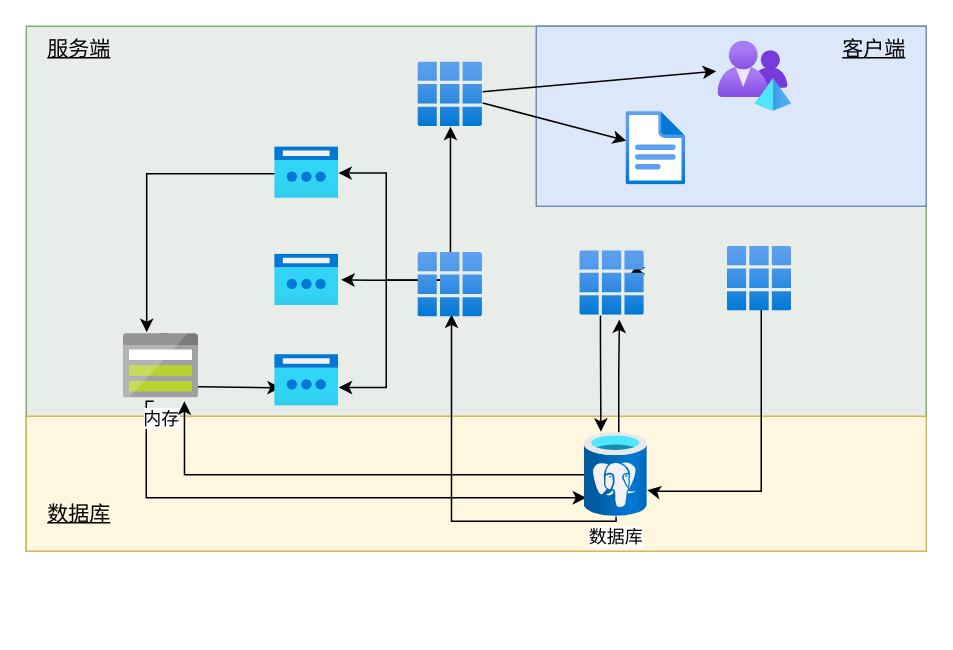
Earlier version of the draw.io diagram page "整体架构模块" (2 of 5) of 模块架构.drawio (newTechToX/cross_chain). Source tidied: cells renumbered, new cells numbered last; positions are measured from the earlier drawing's top-left corner, leaving out a move shared by most shapes. Both pictures are drawn from the tidied source at 150%, with x=0, y=0 at pixel (26, 26).
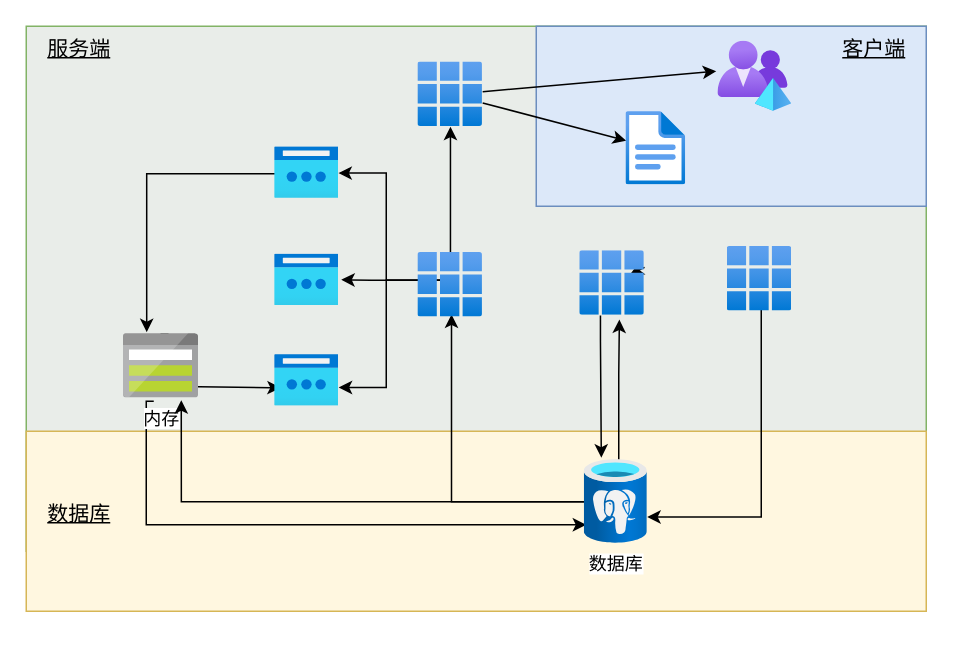
The same page after the edit.

Unchanged cells that the change refers to:
```xml
<mxCell id="11" value="内存" style="html=1;perimeter=none;align=center;shadow=0;dashed=0;image;fontSize=12;image=img/lib/mscae/Storage.svg;" parent="1" vertex="1">
  <mxGeometry x="65" y="205" width="50" height="43" as="geometry" />
</mxCell>
<mxCell id="28" style="html=1;points=[];align=center;image;fontSize=12;image=img/lib/azure2/intune/Client_Apps.svg;fillColor=#dce8f9;gradientColor=none;gradientDirection=radial;" parent="1" vertex="1">
  <mxGeometry x="369.2" y="149.8" width="43" height="43" as="geometry" />
</mxCell>
<mxCell id="29" style="html=1;points=[];align=center;image;fontSize=12;image=img/lib/azure2/intune/Client_Apps.svg;fillColor=#dce8f9;gradientColor=none;gradientDirection=radial;" parent="1" vertex="1">
  <mxGeometry x="467.5" y="147" width="43" height="43" as="geometry" />
</mxCell>
```

Change to the diagram source:
```diff
@@
     <mxCell id="3" style="rounded=1;whiteSpace=wrap;html=1;gradientDirection=radial;fillColor=#fff7e0;strokeColor=#d6b656;arcSize=0;" parent="1" vertex="1">
-      <mxGeometry y="260" width="600" height="90" as="geometry" />
+      <mxGeometry y="270" width="600" height="120" as="geometry" />
     </mxCell>
@@
     <mxCell id="5" style="edgeStyle=orthogonalEdgeStyle;rounded=0;jettySize=auto;html=1;entryX=0.995;entryY=0.682;entryDx=0;entryDy=0;entryPerimeter=0;exitX=0.488;exitY=0.965;exitDx=0;exitDy=0;exitPerimeter=0;" parent="1" edge="1" source="29" target="15">
       <mxGeometry relative="1" as="geometry">
         <Array as="points">
           <mxPoint x="490" y="189" />
-          <mxPoint x="490" y="310" />
-          <mxPoint x="418" y="310" />
+          <mxPoint x="490" y="327" />
         </Array>
       </mxGeometry>
     </mxCell>
@@
     <mxCell id="10" style="edgeStyle=orthogonalEdgeStyle;rounded=0;jettySize=auto;html=1;entryX=0.026;entryY=0.774;entryDx=0;entryDy=0;entryPerimeter=0;" parent="1" edge="1" target="15">
       <mxGeometry relative="1" as="geometry">
         <mxPoint x="85" y="250" as="sourcePoint" />
         <Array as="points">
           <mxPoint x="80" y="250" />
-          <mxPoint x="80" y="314" />
+          <mxPoint x="80" y="332" />
         </Array>
       </mxGeometry>
     </mxCell>
@@
     <mxCell id="12" style="edgeStyle=orthogonalEdgeStyle;rounded=0;jettySize=auto;html=1;entryX=0.5;entryY=1.065;entryDx=0;entryDy=0;entryPerimeter=0;" parent="1" edge="1" source="15">
       <mxGeometry relative="1" as="geometry">
         <mxPoint x="283.5" y="192.1" as="targetPoint" />
         <Array as="points">
-          <mxPoint x="284" y="330" />
+          <mxPoint x="284" y="317" />
         </Array>
       </mxGeometry>
     </mxCell>
+    <mxCell id="14" style="edgeStyle=orthogonalEdgeStyle;rounded=0;jettySize=auto;html=1;fontSize=14;entryX=0.61;entryY=1.064;entryDx=0;entryDy=0;entryPerimeter=0;" parent="1" edge="1" source="15" target="28">
+      <mxGeometry relative="1" as="geometry">
+        <Array as="points">
+          <mxPoint x="395" y="232" />
+          <mxPoint x="395" y="232" />
+        </Array>
+      </mxGeometry>
+    </mxCell>
-    <mxCell id="13" style="edgeStyle=orthogonalEdgeStyle;rounded=0;jettySize=auto;html=1;exitX=0.014;exitY=0.463;exitDx=0;exitDy=0;exitPerimeter=0;entryX=0.809;entryY=1.047;entryDx=0;entryDy=0;entryPerimeter=0;" parent="1" edge="1" source="15" target="11">
-      <mxGeometry relative="1" as="geometry">
-        <Array as="points">
-          <mxPoint x="376" y="297" />
-          <mxPoint x="376" y="299" />
-          <mxPoint x="106" y="299" />
-        </Array>
-      </mxGeometry>
+    <mxCell id="13" style="edgeStyle=orthogonalEdgeStyle;rounded=0;jettySize=auto;html=1;entryX=0.767;entryY=1.031;entryDx=0;entryDy=0;entryPerimeter=0;" parent="1" edge="1" source="15" target="11">
+      <mxGeometry relative="1" as="geometry" />
     </mxCell>
-    <mxCell id="14" style="edgeStyle=orthogonalEdgeStyle;rounded=0;jettySize=auto;html=1;fontSize=14;entryX=0.61;entryY=1.064;entryDx=0;entryDy=0;entryPerimeter=0;" parent="1" edge="1" source="15" target="28">
-      <mxGeometry relative="1" as="geometry">
-        <Array as="points">
-          <mxPoint x="395" y="232" />
-          <mxPoint x="395" y="232" />
-        </Array>
-      </mxGeometry>
-    </mxCell>
     <mxCell id="15" value="数据库" style="html=1;points=[];align=center;image;fontSize=12;image=img/lib/azure2/databases/Azure_Database_PostgreSQL_Server.svg;" parent="1" vertex="1">
-      <mxGeometry x="372.2" y="271" width="42" height="56" as="geometry" />
+      <mxGeometry x="372.2" y="289" width="42" height="56" as="geometry" />
     </mxCell>
@@
-    <mxCell id="27" style="edgeStyle=orthogonalEdgeStyle;rounded=0;orthogonalLoop=1;jettySize=auto;html=1;entryX=0.378;entryY=-0.013;entryDx=0;entryDy=0;entryPerimeter=0;fontSize=14;" parent="1" edge="1">
+    <mxCell id="27" style="edgeStyle=orthogonalEdgeStyle;rounded=0;jettySize=auto;html=1;entryX=0.266;entryY=-0.025;entryDx=0;entryDy=0;entryPerimeter=0;fontSize=14;" parent="1" edge="1" target="15">
       <mxGeometry relative="1" as="geometry">
         <mxPoint x="382.8" y="192.8" as="sourcePoint" />
-        <mxPoint x="383.1" y="270.3" as="targetPoint" />
         <Array as="points">
-          <mxPoint x="383" y="210" />
           <mxPoint x="383" y="210" />
         </Array>
       </mxGeometry>
     </mxCell>
```
